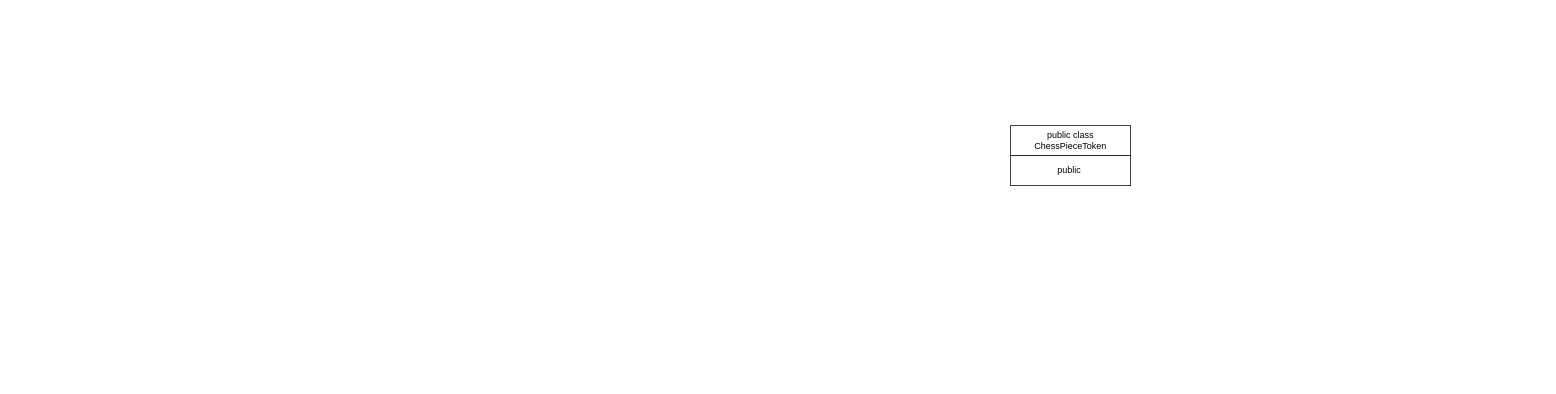
This is Chess/ProgramScheme.drawio from Smorgames/Chess, a draw.io file, before an edit. Source tidied: cells renumbered, new cells numbered last; positions are measured from the earlier drawing's top-left corner, leaving out a move shared by most shapes. Both pictures are drawn from the tidied source at 75%, with x=0, y=0 at pixel (1010, 125).
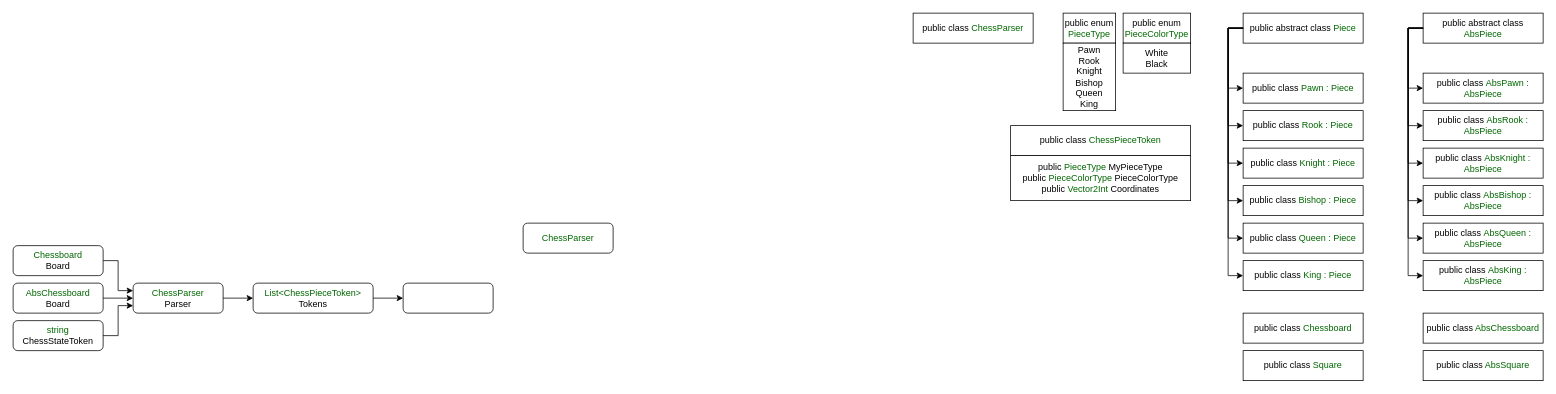
The same diagram, later.

What changed in the source:
```diff
@@
+    <mxCell id="4" value="public abstract class &lt;font color=&quot;#006600&quot;&gt;AbsPiece&lt;/font&gt;" style="rounded=0;whiteSpace=wrap;html=1;" parent="1" vertex="1">
+      <mxGeometry x="550" y="-150" width="160" height="40" as="geometry" />
+    </mxCell>
+    <mxCell id="5" value="public class&amp;nbsp;&lt;font color=&quot;#006600&quot;&gt;AbsPawn : AbsPiece&lt;/font&gt;" style="rounded=0;whiteSpace=wrap;html=1;" parent="1" vertex="1">
+      <mxGeometry x="550" y="-70" width="160" height="40" as="geometry" />
+    </mxCell>
+    <mxCell id="6" value="public class&amp;nbsp;&lt;font color=&quot;#006600&quot;&gt;AbsRook : AbsPiece&lt;/font&gt;" style="rounded=0;whiteSpace=wrap;html=1;" parent="1" vertex="1">
+      <mxGeometry x="550" y="-20" width="160" height="40" as="geometry" />
+    </mxCell>
+    <mxCell id="7" value="public class&amp;nbsp;&lt;font color=&quot;#006600&quot;&gt;AbsKnight : AbsPiece&lt;/font&gt;" style="rounded=0;whiteSpace=wrap;html=1;" parent="1" vertex="1">
+      <mxGeometry x="550" y="30" width="160" height="40" as="geometry" />
+    </mxCell>
+    <mxCell id="8" value="public class&amp;nbsp;&lt;font color=&quot;#006600&quot;&gt;AbsBishop : AbsPiece&lt;/font&gt;" style="rounded=0;whiteSpace=wrap;html=1;" parent="1" vertex="1">
+      <mxGeometry x="550" y="80" width="160" height="40" as="geometry" />
+    </mxCell>
+    <mxCell id="9" value="public class&amp;nbsp;&lt;font color=&quot;#006600&quot;&gt;AbsQueen : AbsPiece&lt;/font&gt;" style="rounded=0;whiteSpace=wrap;html=1;" parent="1" vertex="1">
+      <mxGeometry x="550" y="130" width="160" height="40" as="geometry" />
+    </mxCell>
+    <mxCell id="10" value="public class&amp;nbsp;&lt;font color=&quot;#006600&quot;&gt;AbsKing : AbsPiece&lt;/font&gt;" style="rounded=0;whiteSpace=wrap;html=1;" parent="1" vertex="1">
+      <mxGeometry x="550" y="180" width="160" height="40" as="geometry" />
+    </mxCell>
+    <mxCell id="11" style="endArrow=classic;html=1;rounded=0;fontColor=#006600;entryX=0;entryY=0.5;entryDx=0;entryDy=0;exitX=0;exitY=0.5;exitDx=0;exitDy=0;" parent="1" edge="1" source="4" target="5">
+      <mxGeometry relative="1" as="geometry">
+        <Array as="points">
+          <mxPoint x="530" y="-130" />
+          <mxPoint x="530" y="-50" />
+        </Array>
+      </mxGeometry>
+    </mxCell>
+    <mxCell id="12" style="endArrow=classic;html=1;rounded=0;fontColor=#006600;entryX=0;entryY=0.5;entryDx=0;entryDy=0;exitX=0;exitY=0.5;exitDx=0;exitDy=0;" parent="1" edge="1" source="4" target="6">
+      <mxGeometry relative="1" as="geometry">
+        <Array as="points">
+          <mxPoint x="530" y="-130" />
+          <mxPoint x="530" />
+        </Array>
+      </mxGeometry>
+    </mxCell>
+    <mxCell id="13" style="endArrow=classic;html=1;rounded=0;fontColor=#006600;entryX=0;entryY=0.5;entryDx=0;entryDy=0;exitX=0;exitY=0.5;exitDx=0;exitDy=0;" parent="1" edge="1" source="4" target="7">
+      <mxGeometry relative="1" as="geometry">
+        <Array as="points">
+          <mxPoint x="530" y="-130" />
+          <mxPoint x="530" y="50" />
+        </Array>
+      </mxGeometry>
+    </mxCell>
+    <mxCell id="14" style="endArrow=classic;html=1;rounded=0;fontColor=#006600;entryX=0;entryY=0.5;entryDx=0;entryDy=0;exitX=0;exitY=0.5;exitDx=0;exitDy=0;" parent="1" edge="1" source="4" target="8">
+      <mxGeometry relative="1" as="geometry">
+        <Array as="points">
+          <mxPoint x="530" y="-130" />
+          <mxPoint x="530" y="100" />
+        </Array>
+      </mxGeometry>
+    </mxCell>
+    <mxCell id="15" style="endArrow=classic;html=1;rounded=0;fontColor=#006600;entryX=0;entryY=0.5;entryDx=0;entryDy=0;exitX=0;exitY=0.5;exitDx=0;exitDy=0;" parent="1" edge="1" source="4" target="9">
+      <mxGeometry relative="1" as="geometry">
+        <Array as="points">
+          <mxPoint x="530" y="-130" />
+          <mxPoint x="530" y="150" />
+        </Array>
+      </mxGeometry>
+    </mxCell>
+    <mxCell id="16" style="endArrow=classic;html=1;rounded=0;fontColor=#006600;entryX=0;entryY=0.5;entryDx=0;entryDy=0;exitX=0;exitY=0.5;exitDx=0;exitDy=0;" parent="1" edge="1" source="4" target="10">
+      <mxGeometry relative="1" as="geometry">
+        <Array as="points">
+          <mxPoint x="530" y="-130" />
+          <mxPoint x="530" y="200" />
+        </Array>
+      </mxGeometry>
+    </mxCell>
+    <mxCell id="17" value="public class &lt;font color=&quot;#006600&quot;&gt;AbsSquare&lt;/font&gt;" style="rounded=0;whiteSpace=wrap;html=1;" parent="1" vertex="1">
+      <mxGeometry x="550" y="300" width="160" height="40" as="geometry" />
+    </mxCell>
+    <mxCell id="18" value="public class &lt;font color=&quot;#006600&quot;&gt;AbsChessboard&lt;/font&gt;" style="rounded=0;whiteSpace=wrap;html=1;" parent="1" vertex="1">
+      <mxGeometry x="550" y="250" width="160" height="40" as="geometry" />
+    </mxCell>
+    <mxCell id="19" value="public abstract class &lt;font color=&quot;#006600&quot;&gt;Piece&lt;/font&gt;" style="rounded=0;whiteSpace=wrap;html=1;" parent="1" vertex="1">
+      <mxGeometry x="310" y="-150" width="160" height="40" as="geometry" />
+    </mxCell>
+    <mxCell id="20" value="public class&amp;nbsp;&lt;font color=&quot;#006600&quot;&gt;Pawn : Piece&lt;/font&gt;" style="rounded=0;whiteSpace=wrap;html=1;" parent="1" vertex="1">
+      <mxGeometry x="310" y="-70" width="160" height="40" as="geometry" />
+    </mxCell>
+    <mxCell id="21" value="public class&amp;nbsp;&lt;font color=&quot;#006600&quot;&gt;Rook : Piece&lt;/font&gt;" style="rounded=0;whiteSpace=wrap;html=1;" parent="1" vertex="1">
+      <mxGeometry x="310" y="-20" width="160" height="40" as="geometry" />
+    </mxCell>
+    <mxCell id="22" value="public class&amp;nbsp;&lt;font color=&quot;#006600&quot;&gt;Knight : Piece&lt;/font&gt;" style="rounded=0;whiteSpace=wrap;html=1;" parent="1" vertex="1">
+      <mxGeometry x="310" y="30" width="160" height="40" as="geometry" />
+    </mxCell>
+    <mxCell id="23" value="public class&amp;nbsp;&lt;font color=&quot;#006600&quot;&gt;Bishop : Piece&lt;/font&gt;" style="rounded=0;whiteSpace=wrap;html=1;" parent="1" vertex="1">
+      <mxGeometry x="310" y="80" width="160" height="40" as="geometry" />
+    </mxCell>
+    <mxCell id="24" value="public class&amp;nbsp;&lt;font color=&quot;#006600&quot;&gt;Queen : Piece&lt;/font&gt;" style="rounded=0;whiteSpace=wrap;html=1;" parent="1" vertex="1">
+      <mxGeometry x="310" y="130" width="160" height="40" as="geometry" />
+    </mxCell>
+    <mxCell id="25" value="public class&amp;nbsp;&lt;font color=&quot;#006600&quot;&gt;King : Piece&lt;/font&gt;" style="rounded=0;whiteSpace=wrap;html=1;" parent="1" vertex="1">
+      <mxGeometry x="310" y="180" width="160" height="40" as="geometry" />
+    </mxCell>
+    <mxCell id="26" style="endArrow=classic;html=1;rounded=0;fontColor=#006600;entryX=0;entryY=0.5;entryDx=0;entryDy=0;exitX=0;exitY=0.5;exitDx=0;exitDy=0;" parent="1" edge="1" source="19" target="20">
+      <mxGeometry relative="1" as="geometry">
+        <Array as="points">
+          <mxPoint x="290" y="-130" />
+          <mxPoint x="290" y="-50" />
+        </Array>
+      </mxGeometry>
+    </mxCell>
+    <mxCell id="27" style="endArrow=classic;html=1;rounded=0;fontColor=#006600;entryX=0;entryY=0.5;entryDx=0;entryDy=0;exitX=0;exitY=0.5;exitDx=0;exitDy=0;" parent="1" edge="1" source="19" target="21">
+      <mxGeometry relative="1" as="geometry">
+        <Array as="points">
+          <mxPoint x="290" y="-130" />
+          <mxPoint x="290" />
+        </Array>
+      </mxGeometry>
+    </mxCell>
+    <mxCell id="28" style="endArrow=classic;html=1;rounded=0;fontColor=#006600;entryX=0;entryY=0.5;entryDx=0;entryDy=0;exitX=0;exitY=0.5;exitDx=0;exitDy=0;" parent="1" edge="1" source="19" target="22">
+      <mxGeometry relative="1" as="geometry">
+        <Array as="points">
+          <mxPoint x="290" y="-130" />
+          <mxPoint x="290" y="50" />
+        </Array>
+      </mxGeometry>
+    </mxCell>
+    <mxCell id="29" style="endArrow=classic;html=1;rounded=0;fontColor=#006600;entryX=0;entryY=0.5;entryDx=0;entryDy=0;exitX=0;exitY=0.5;exitDx=0;exitDy=0;" parent="1" edge="1" source="19" target="23">
+      <mxGeometry relative="1" as="geometry">
+        <Array as="points">
+          <mxPoint x="290" y="-130" />
+          <mxPoint x="290" y="100" />
+        </Array>
+      </mxGeometry>
+    </mxCell>
+    <mxCell id="30" style="endArrow=classic;html=1;rounded=0;fontColor=#006600;entryX=0;entryY=0.5;entryDx=0;entryDy=0;exitX=0;exitY=0.5;exitDx=0;exitDy=0;" parent="1" edge="1" source="19" target="24">
+      <mxGeometry relative="1" as="geometry">
+        <Array as="points">
+          <mxPoint x="290" y="-130" />
+          <mxPoint x="290" y="150" />
+        </Array>
+      </mxGeometry>
+    </mxCell>
+    <mxCell id="31" style="endArrow=classic;html=1;rounded=0;fontColor=#006600;entryX=0;entryY=0.5;entryDx=0;entryDy=0;exitX=0;exitY=0.5;exitDx=0;exitDy=0;" parent="1" edge="1" source="19" target="25">
+      <mxGeometry relative="1" as="geometry">
+        <Array as="points">
+          <mxPoint x="290" y="-130" />
+          <mxPoint x="290" y="200" />
+        </Array>
+      </mxGeometry>
+    </mxCell>
+    <mxCell id="32" value="public class &lt;font color=&quot;#006600&quot;&gt;Square&lt;/font&gt;" style="rounded=0;whiteSpace=wrap;html=1;" parent="1" vertex="1">
+      <mxGeometry x="310" y="300" width="160" height="40" as="geometry" />
+    </mxCell>
+    <mxCell id="33" value="public class &lt;font color=&quot;#006600&quot;&gt;Chessboard&lt;/font&gt;" style="rounded=0;whiteSpace=wrap;html=1;" parent="1" vertex="1">
+      <mxGeometry x="310" y="250" width="160" height="40" as="geometry" />
+    </mxCell>
+    <mxCell id="34" value="&lt;font color=&quot;#000000&quot;&gt;public enum&lt;/font&gt; PieceType" style="rounded=0;whiteSpace=wrap;html=1;fontColor=#006600;" parent="1" vertex="1">
+      <mxGeometry x="70" y="-150" width="70" height="40" as="geometry" />
+    </mxCell>
+    <mxCell id="35" value="&lt;font color=&quot;#000000&quot;&gt;Pawn&lt;br&gt;Rook&lt;br&gt;Knight&lt;br&gt;Bishop&lt;br&gt;Queen&lt;br&gt;King&lt;br&gt;&lt;/font&gt;" style="rounded=0;whiteSpace=wrap;html=1;fontColor=#006600;" parent="1" vertex="1">
+      <mxGeometry x="70" y="-110" width="70" height="90" as="geometry" />
+    </mxCell>
+    <mxCell id="36" value="&lt;font color=&quot;#000000&quot;&gt;public enum&lt;/font&gt; PieceColorType" style="rounded=0;whiteSpace=wrap;html=1;fontColor=#006600;" parent="1" vertex="1">
+      <mxGeometry x="150" y="-150" width="90" height="40" as="geometry" />
+    </mxCell>
+    <mxCell id="37" value="&lt;font color=&quot;#000000&quot;&gt;White&lt;br&gt;Black&lt;br&gt;&lt;/font&gt;" style="rounded=0;whiteSpace=wrap;html=1;fontColor=#006600;" parent="1" vertex="1">
+      <mxGeometry x="150" y="-110" width="90" height="40" as="geometry" />
+    </mxCell>
+    <mxCell id="38" value="public class &lt;font color=&quot;#006600&quot;&gt;ChessParser&lt;/font&gt;" style="rounded=0;whiteSpace=wrap;html=1;fontColor=#000000;" parent="1" vertex="1">
+      <mxGeometry x="-130" y="-150" width="160" height="40" as="geometry" />
+    </mxCell>
+    <mxCell id="39" value="ChessParser&lt;br&gt;&lt;font color=&quot;#000000&quot;&gt;Parser&lt;/font&gt;" style="rounded=1;whiteSpace=wrap;html=1;fontColor=#006600;" parent="1" vertex="1">
+      <mxGeometry x="-1170" y="210" width="120" height="40" as="geometry" />
+    </mxCell>
+    <mxCell id="40" style="endArrow=classic;html=1;rounded=0;fontColor=#006600;exitX=1;exitY=0.5;exitDx=0;exitDy=0;entryX=0;entryY=0.5;entryDx=0;entryDy=0;" parent="1" edge="1" source="39" target="48">
+      <mxGeometry relative="1" as="geometry" />
+    </mxCell>
-    <mxCell id="2" value="public class ChessPieceToken" style="rounded=0;whiteSpace=wrap;html=1;" parent="1" vertex="1">
-      <mxGeometry width="160" height="40" as="geometry" />
+    <mxCell id="2" value="&lt;font color=&quot;#000000&quot;&gt;public class&lt;/font&gt; ChessPieceToken" style="rounded=0;whiteSpace=wrap;html=1;fontColor=#006600;" parent="1" vertex="1">
+      <mxGeometry width="240" height="40" as="geometry" />
     </mxCell>
-    <mxCell id="3" value="public&amp;nbsp;" style="rounded=0;whiteSpace=wrap;html=1;" parent="1" vertex="1">
-      <mxGeometry y="40" width="160" height="40" as="geometry" />
-    </mxCell>
+    <mxCell id="41" value="&lt;font color=&quot;#000000&quot;&gt;public &lt;/font&gt;PieceType &lt;font color=&quot;#000000&quot;&gt;MyPieceType&lt;br&gt;public&amp;nbsp;&lt;/font&gt;PieceColorType &lt;font color=&quot;#000000&quot;&gt;PieceColorType&lt;br&gt;public &lt;/font&gt;Vector2Int &lt;font color=&quot;#000000&quot;&gt;Coordinates&lt;br&gt;&lt;/font&gt;" style="rounded=0;whiteSpace=wrap;html=1;fontColor=#006600;" parent="1" vertex="1">
+      <mxGeometry y="40" width="240" height="60" as="geometry" />
+    </mxCell>
+    <mxCell id="42" style="endArrow=classic;html=1;rounded=0;fontColor=#006600;entryX=0;entryY=0.25;entryDx=0;entryDy=0;exitX=1;exitY=0.5;exitDx=0;exitDy=0;" parent="1" edge="1" source="43" target="39">
+      <mxGeometry relative="1" as="geometry">
+        <Array as="points">
+          <mxPoint x="-1190" y="180" />
+          <mxPoint x="-1190" y="220" />
+        </Array>
+      </mxGeometry>
+    </mxCell>
+    <mxCell id="43" value="Chessboard&lt;br&gt;&lt;font color=&quot;#000000&quot;&gt;Board&lt;/font&gt;" style="rounded=1;whiteSpace=wrap;html=1;fontColor=#006600;" parent="1" vertex="1">
+      <mxGeometry x="-1330" y="160" width="120" height="40" as="geometry" />
+    </mxCell>
+    <mxCell id="44" value="AbsChessboard&lt;br&gt;&lt;font color=&quot;#000000&quot;&gt;Board&lt;/font&gt;" style="rounded=1;whiteSpace=wrap;html=1;fontColor=#006600;" parent="1" vertex="1">
+      <mxGeometry x="-1330" y="210" width="120" height="40" as="geometry" />
+    </mxCell>
+    <mxCell id="45" style="endArrow=classic;html=1;rounded=0;fontColor=#006600;entryX=0;entryY=0.5;entryDx=0;entryDy=0;exitX=1;exitY=0.5;exitDx=0;exitDy=0;" parent="1" edge="1" source="44" target="39">
+      <mxGeometry relative="1" as="geometry">
+        <Array as="points">
+          <mxPoint x="-1210" y="230" />
+        </Array>
+      </mxGeometry>
+    </mxCell>
+    <mxCell id="46" value="string &lt;font color=&quot;#000000&quot;&gt;ChessStateToken&lt;/font&gt;" style="rounded=1;whiteSpace=wrap;html=1;fontColor=#006600;" parent="1" vertex="1">
+      <mxGeometry x="-1330" y="260" width="120" height="40" as="geometry" />
+    </mxCell>
+    <mxCell id="47" style="endArrow=classic;html=1;rounded=0;fontColor=#006600;entryX=0;entryY=0.75;entryDx=0;entryDy=0;exitX=1;exitY=0.5;exitDx=0;exitDy=0;" parent="1" edge="1" source="46" target="39">
+      <mxGeometry relative="1" as="geometry">
+        <Array as="points">
+          <mxPoint x="-1190" y="280" />
+          <mxPoint x="-1190" y="240" />
+        </Array>
+      </mxGeometry>
+    </mxCell>
+    <mxCell id="48" value="List&amp;lt;ChessPieceToken&amp;gt;&lt;br&gt;&lt;font color=&quot;#000000&quot;&gt;Tokens&lt;/font&gt;" style="rounded=1;whiteSpace=wrap;html=1;fontColor=#006600;" parent="1" vertex="1">
+      <mxGeometry x="-1010" y="210" width="160" height="40" as="geometry" />
+    </mxCell>
+    <mxCell id="49" style="rounded=1;whiteSpace=wrap;html=1;fontColor=#006600;" parent="1" vertex="1">
+      <mxGeometry x="-810" y="210" width="120" height="40" as="geometry" />
+    </mxCell>
+    <mxCell id="50" style="endArrow=classic;html=1;rounded=0;fontColor=#006600;exitX=1;exitY=0.5;exitDx=0;exitDy=0;entryX=0;entryY=0.5;entryDx=0;entryDy=0;" parent="1" edge="1" source="48" target="49">
+      <mxGeometry relative="1" as="geometry" />
+    </mxCell>
+    <mxCell id="51" value="&lt;font color=&quot;#006600&quot;&gt;ChessParser&lt;/font&gt;" style="rounded=1;whiteSpace=wrap;html=1;fontColor=#006600;" parent="1" vertex="1">
+      <mxGeometry x="-650" y="130" width="120" height="40" as="geometry" />
+    </mxCell>
```
